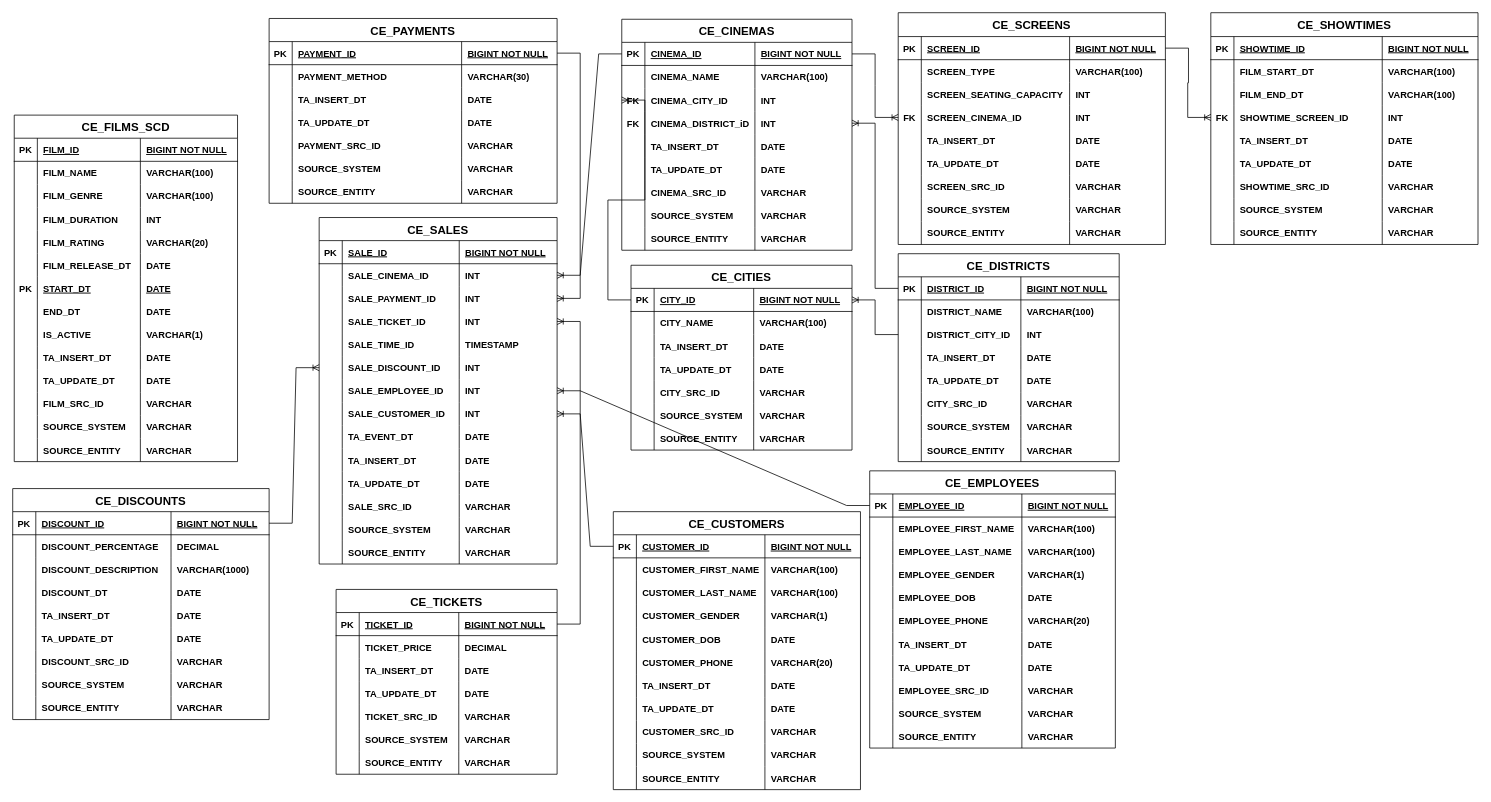
Before: ticket_sales_3NF.drawio in GiorgiEz/DB-modeling, a draw.io diagram. Source tidied: cells renumbered, new cells numbered last; positions are measured from the earlier drawing's top-left corner, leaving out a move shared by most shapes. Both pictures are drawn from the tidied source at 77%, with x=0, y=0 at pixel (12, 12).
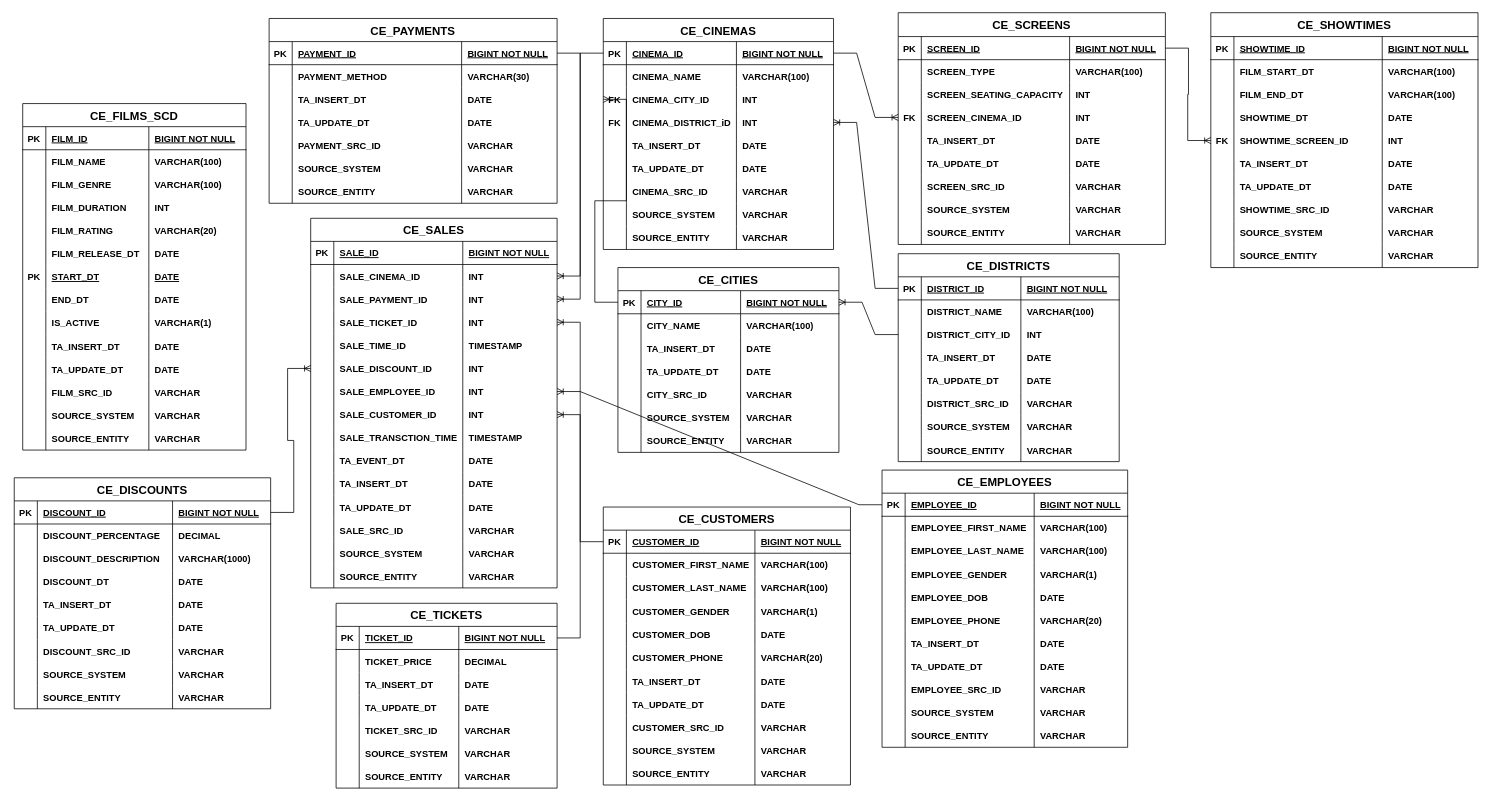
The same page after the edit.

Unchanged cells that the change refers to:
```xml
<mxCell id="171" style="shape=partialRectangle;fillColor=none;points=[[0,0.5],[1,0.5]];portConstraint=eastwest;top=0;left=0;right=0;bottom=1;" parent="170" vertex="1">
  <mxGeometry y="30" width="287" height="30" as="geometry" />
</mxCell>
<mxCell id="433" style="shape=partialRectangle;fillColor=none;top=0;left=0;right=0;bottom=0;" parent="412" vertex="1">
  <mxGeometry y="180" width="287" height="30" as="geometry" />
</mxCell>
```

What changed in the source:
```diff
@@
     <mxCell id="2" value="CE_FILMS_SCD" style="shape=table;startSize=30;childLayout=tableLayout;rowLines=0;fontStyle=1;align=center;fontSize=15;" parent="1" vertex="1">
-      <mxGeometry x="2" y="133" width="290" height="450" as="geometry" />
+      <mxGeometry x="13" y="118" width="290" height="450" as="geometry" />
     </mxCell>
@@
     <mxCell id="59" value="CE_CINEMAS" style="shape=table;startSize=30;childLayout=tableLayout;rowLines=0;fontStyle=1;align=center;fontSize=15;" parent="1" vertex="1">
-      <mxGeometry x="791" y="8.5" width="299" height="300" as="geometry" />
+      <mxGeometry x="767" y="7.5" width="299" height="300" as="geometry" />
     </mxCell>
@@
     <mxCell id="133" value="CE_DISCOUNTS" style="shape=table;startSize=30;childLayout=tableLayout;rowLines=0;fontStyle=1;align=center;fontSize=15;" parent="1" vertex="1">
-      <mxGeometry y="618" width="333" height="300" as="geometry" />
+      <mxGeometry x="2" y="604" width="333" height="300" as="geometry" />
     </mxCell>
@@
     <mxCell id="170" value="CE_TICKETS" style="shape=table;startSize=30;childLayout=tableLayout;rowLines=0;fontStyle=1;align=center;fontSize=15;" parent="1" vertex="1">
-      <mxGeometry x="420" y="749" width="287" height="240" as="geometry" />
+      <mxGeometry x="420" y="767" width="287" height="240" as="geometry" />
     </mxCell>
@@
     <mxCell id="228" value="CE_EMPLOYEES" style="shape=table;startSize=30;childLayout=tableLayout;rowLines=0;fontStyle=1;align=center;fontSize=15;" parent="1" vertex="1">
-      <mxGeometry x="1113" y="595" width="319" height="360" as="geometry" />
+      <mxGeometry x="1129" y="594" width="319" height="360" as="geometry" />
     </mxCell>
@@
     <mxCell id="273" value="CE_CUSTOMERS" style="shape=table;startSize=30;childLayout=tableLayout;rowLines=0;fontStyle=1;align=center;fontSize=15;" parent="1" vertex="1">
-      <mxGeometry x="780" y="648" width="321" height="361" as="geometry" />
+      <mxGeometry x="767" y="642" width="321" height="361" as="geometry" />
     </mxCell>
@@
     <mxCell id="318" value="CE_SALES" style="shape=table;startSize=30;childLayout=tableLayout;rowLines=0;fontStyle=1;align=center;fontSize=15;" parent="1" vertex="1">
-      <mxGeometry x="398" y="266" width="309" height="450" as="geometry" />
+      <mxGeometry x="387" y="267" width="320" height="480" as="geometry" />
     </mxCell>
     <mxCell id="319" style="shape=partialRectangle;fillColor=none;top=0;left=0;right=0;bottom=1;" parent="318" vertex="1">
-      <mxGeometry y="30" width="309" height="30" as="geometry" />
+      <mxGeometry y="30" width="320" height="30" as="geometry" />
     </mxCell>
@@
     <mxCell id="321" value="SALE_ID" style="shape=partialRectangle;overflow=hidden;fillColor=none;top=0;left=0;bottom=0;right=0;align=left;spacingLeft=6;fontStyle=5;" parent="319" vertex="1">
-      <mxGeometry x="30" width="151.9" height="30" as="geometry" />
+      <mxGeometry x="30" width="167.5" height="30" as="geometry" />
     </mxCell>
     <mxCell id="322" value="BIGINT NOT NULL" style="shape=partialRectangle;overflow=hidden;fillColor=none;top=0;left=0;bottom=0;right=0;align=left;spacingLeft=6;fontStyle=5;" parent="319" vertex="1">
-      <mxGeometry x="181.9" width="127.1" height="30" as="geometry" />
+      <mxGeometry x="197.5" width="122.5" height="30" as="geometry" />
     </mxCell>
     <mxCell id="323" style="shape=partialRectangle;fillColor=none;points=[[0,0.5],[1,0.5]];portConstraint=eastwest;top=0;left=0;right=0;bottom=0;" parent="318" vertex="1">
-      <mxGeometry y="60" width="309" height="30" as="geometry" />
+      <mxGeometry y="60" width="320" height="30" as="geometry" />
     </mxCell>
@@
     <mxCell id="325" value="SALE_CINEMA_ID" style="shape=partialRectangle;overflow=hidden;fillColor=none;top=0;left=0;bottom=0;right=0;align=left;spacingLeft=6;fontStyle=1;" parent="323" vertex="1">
-      <mxGeometry x="30" width="151.9" height="30" as="geometry" />
+      <mxGeometry x="30" width="167.5" height="30" as="geometry" />
     </mxCell>
     <mxCell id="326" value="INT" style="shape=partialRectangle;overflow=hidden;fillColor=none;top=0;left=0;bottom=0;right=0;align=left;spacingLeft=6;fontStyle=1;" parent="323" vertex="1">
-      <mxGeometry x="181.9" width="127.1" height="30" as="geometry" />
+      <mxGeometry x="197.5" width="122.5" height="30" as="geometry" />
     </mxCell>
     <mxCell id="327" style="shape=partialRectangle;fillColor=none;points=[[0,0.5],[1,0.5]];portConstraint=eastwest;top=0;left=0;right=0;bottom=0;" parent="318" vertex="1">
-      <mxGeometry y="90" width="309" height="30" as="geometry" />
+      <mxGeometry y="90" width="320" height="30" as="geometry" />
     </mxCell>
@@
     <mxCell id="329" value="SALE_PAYMENT_ID" style="shape=partialRectangle;overflow=hidden;fillColor=none;top=0;left=0;bottom=0;right=0;align=left;spacingLeft=6;fontStyle=1;" parent="327" vertex="1">
-      <mxGeometry x="30" width="151.9" height="30" as="geometry" />
+      <mxGeometry x="30" width="167.5" height="30" as="geometry" />
     </mxCell>
     <mxCell id="330" value="INT" style="shape=partialRectangle;overflow=hidden;fillColor=none;top=0;left=0;bottom=0;right=0;align=left;spacingLeft=6;fontStyle=1;" parent="327" vertex="1">
-      <mxGeometry x="181.9" width="127.1" height="30" as="geometry" />
+      <mxGeometry x="197.5" width="122.5" height="30" as="geometry" />
     </mxCell>
     <mxCell id="331" style="shape=partialRectangle;fillColor=none;points=[[0,0.5],[1,0.5]];portConstraint=eastwest;top=0;left=0;right=0;bottom=0;" parent="318" vertex="1">
-      <mxGeometry y="120" width="309" height="30" as="geometry" />
+      <mxGeometry y="120" width="320" height="30" as="geometry" />
     </mxCell>
@@
     <mxCell id="333" value="SALE_TICKET_ID" style="shape=partialRectangle;overflow=hidden;fillColor=none;top=0;left=0;bottom=0;right=0;align=left;spacingLeft=6;fontStyle=1;" parent="331" vertex="1">
-      <mxGeometry x="30" width="151.9" height="30" as="geometry" />
+      <mxGeometry x="30" width="167.5" height="30" as="geometry" />
     </mxCell>
     <mxCell id="334" value="INT" style="shape=partialRectangle;overflow=hidden;fillColor=none;top=0;left=0;bottom=0;right=0;align=left;spacingLeft=6;fontStyle=1;" parent="331" vertex="1">
-      <mxGeometry x="181.9" width="127.1" height="30" as="geometry" />
+      <mxGeometry x="197.5" width="122.5" height="30" as="geometry" />
     </mxCell>
     <mxCell id="335" style="shape=partialRectangle;fillColor=none;top=0;left=0;right=0;bottom=0;" parent="318" vertex="1">
-      <mxGeometry y="150" width="309" height="30" as="geometry" />
+      <mxGeometry y="150" width="320" height="30" as="geometry" />
     </mxCell>
@@
     <mxCell id="337" value="SALE_TIME_ID" style="shape=partialRectangle;overflow=hidden;fillColor=none;top=0;left=0;bottom=0;right=0;align=left;spacingLeft=6;fontStyle=1;" parent="335" vertex="1">
-      <mxGeometry x="30" width="151.9" height="30" as="geometry" />
+      <mxGeometry x="30" width="167.5" height="30" as="geometry" />
     </mxCell>
     <mxCell id="338" value="TIMESTAMP" style="shape=partialRectangle;overflow=hidden;fillColor=none;top=0;left=0;bottom=0;right=0;align=left;spacingLeft=6;fontStyle=1;" parent="335" vertex="1">
-      <mxGeometry x="181.9" width="127.1" height="30" as="geometry" />
+      <mxGeometry x="197.5" width="122.5" height="30" as="geometry" />
     </mxCell>
     <mxCell id="339" style="shape=partialRectangle;fillColor=none;points=[[0,0.5],[1,0.5]];portConstraint=eastwest;top=0;left=0;right=0;bottom=0;" parent="318" vertex="1">
-      <mxGeometry y="180" width="309" height="30" as="geometry" />
+      <mxGeometry y="180" width="320" height="30" as="geometry" />
     </mxCell>
@@
     <mxCell id="341" value="SALE_DISCOUNT_ID" style="shape=partialRectangle;overflow=hidden;fillColor=none;top=0;left=0;bottom=0;right=0;align=left;spacingLeft=6;fontStyle=1;" parent="339" vertex="1">
-      <mxGeometry x="30" width="151.9" height="30" as="geometry" />
+      <mxGeometry x="30" width="167.5" height="30" as="geometry" />
     </mxCell>
     <mxCell id="342" value="INT" style="shape=partialRectangle;overflow=hidden;fillColor=none;top=0;left=0;bottom=0;right=0;align=left;spacingLeft=6;fontStyle=1;" parent="339" vertex="1">
-      <mxGeometry x="181.9" width="127.1" height="30" as="geometry" />
+      <mxGeometry x="197.5" width="122.5" height="30" as="geometry" />
     </mxCell>
     <mxCell id="343" style="shape=partialRectangle;fillColor=none;points=[[0,0.5],[1,0.5]];portConstraint=eastwest;top=0;left=0;right=0;bottom=0;" parent="318" vertex="1">
-      <mxGeometry y="210" width="309" height="30" as="geometry" />
+      <mxGeometry y="210" width="320" height="30" as="geometry" />
     </mxCell>
@@
     <mxCell id="345" value="SALE_EMPLOYEE_ID" style="shape=partialRectangle;overflow=hidden;fillColor=none;top=0;left=0;bottom=0;right=0;align=left;spacingLeft=6;fontStyle=1;" parent="343" vertex="1">
-      <mxGeometry x="30" width="151.9" height="30" as="geometry" />
+      <mxGeometry x="30" width="167.5" height="30" as="geometry" />
     </mxCell>
     <mxCell id="346" value="INT" style="shape=partialRectangle;overflow=hidden;fillColor=none;top=0;left=0;bottom=0;right=0;align=left;spacingLeft=6;fontStyle=1;" parent="343" vertex="1">
-      <mxGeometry x="181.9" width="127.1" height="30" as="geometry" />
+      <mxGeometry x="197.5" width="122.5" height="30" as="geometry" />
     </mxCell>
     <mxCell id="347" style="shape=partialRectangle;fillColor=none;points=[[0,0.5],[1,0.5]];portConstraint=eastwest;top=0;left=0;right=0;bottom=0;" parent="318" vertex="1">
-      <mxGeometry y="240" width="309" height="30" as="geometry" />
+      <mxGeometry y="240" width="320" height="30" as="geometry" />
     </mxCell>
@@
     <mxCell id="349" value="SALE_CUSTOMER_ID" style="shape=partialRectangle;overflow=hidden;fillColor=none;top=0;left=0;bottom=0;right=0;align=left;spacingLeft=6;fontStyle=1;" parent="347" vertex="1">
-      <mxGeometry x="30" width="151.9" height="30" as="geometry" />
+      <mxGeometry x="30" width="167.5" height="30" as="geometry" />
     </mxCell>
     <mxCell id="350" value="INT" style="shape=partialRectangle;overflow=hidden;fillColor=none;top=0;left=0;bottom=0;right=0;align=left;spacingLeft=6;fontStyle=1;" parent="347" vertex="1">
-      <mxGeometry x="181.9" width="127.1" height="30" as="geometry" />
+      <mxGeometry x="197.5" width="122.5" height="30" as="geometry" />
     </mxCell>
+    <mxCell id="485" style="shape=partialRectangle;fillColor=none;top=0;left=0;right=0;bottom=0;" parent="318" vertex="1">
+      <mxGeometry y="270" width="320" height="30" as="geometry" />
+    </mxCell>
+    <mxCell id="486" style="shape=partialRectangle;overflow=hidden;fillColor=none;top=0;left=0;bottom=0;right=0;" parent="485" vertex="1">
+      <mxGeometry width="30" height="30" as="geometry" />
+    </mxCell>
+    <mxCell id="487" value="SALE_TRANSCTION_TIME" style="shape=partialRectangle;overflow=hidden;fillColor=none;top=0;left=0;bottom=0;right=0;align=left;spacingLeft=6;fontStyle=1;" parent="485" vertex="1">
+      <mxGeometry x="30" width="167.5" height="30" as="geometry" />
+    </mxCell>
+    <mxCell id="488" value="TIMESTAMP" style="shape=partialRectangle;overflow=hidden;fillColor=none;top=0;left=0;bottom=0;right=0;align=left;spacingLeft=6;fontStyle=1;" parent="485" vertex="1">
+      <mxGeometry x="197.5" width="122.5" height="30" as="geometry" />
+    </mxCell>
     <mxCell id="351" style="shape=partialRectangle;fillColor=none;top=0;left=0;right=0;bottom=0;" parent="318" vertex="1">
-      <mxGeometry y="270" width="309" height="30" as="geometry" />
+      <mxGeometry y="300" width="320" height="30" as="geometry" />
     </mxCell>
@@
     <mxCell id="353" value="TA_EVENT_DT" style="shape=partialRectangle;overflow=hidden;fillColor=none;top=0;left=0;bottom=0;right=0;align=left;spacingLeft=6;fontStyle=1;" parent="351" vertex="1">
-      <mxGeometry x="30" width="151.9" height="30" as="geometry" />
+      <mxGeometry x="30" width="167.5" height="30" as="geometry" />
     </mxCell>
     <mxCell id="354" value="DATE" style="shape=partialRectangle;overflow=hidden;fillColor=none;top=0;left=0;bottom=0;right=0;align=left;spacingLeft=6;fontStyle=1;" parent="351" vertex="1">
-      <mxGeometry x="181.9" width="127.1" height="30" as="geometry" />
+      <mxGeometry x="197.5" width="122.5" height="30" as="geometry" />
     </mxCell>
     <mxCell id="355" style="shape=partialRectangle;fillColor=none;top=0;left=0;right=0;bottom=0;" parent="318" vertex="1">
-      <mxGeometry y="300" width="309" height="30" as="geometry" />
+      <mxGeometry y="330" width="320" height="30" as="geometry" />
     </mxCell>
@@
     <mxCell id="357" value="TA_INSERT_DT" style="shape=partialRectangle;overflow=hidden;fillColor=none;top=0;left=0;bottom=0;right=0;align=left;spacingLeft=6;fontStyle=1;" parent="355" vertex="1">
-      <mxGeometry x="30" width="151.9" height="30" as="geometry" />
+      <mxGeometry x="30" width="167.5" height="30" as="geometry" />
     </mxCell>
     <mxCell id="358" value="DATE" style="shape=partialRectangle;overflow=hidden;fillColor=none;top=0;left=0;bottom=0;right=0;align=left;spacingLeft=6;fontStyle=1;" parent="355" vertex="1">
-      <mxGeometry x="181.9" width="127.1" height="30" as="geometry" />
+      <mxGeometry x="197.5" width="122.5" height="30" as="geometry" />
     </mxCell>
     <mxCell id="359" style="shape=partialRectangle;fillColor=none;top=0;left=0;right=0;bottom=0;" parent="318" vertex="1">
-      <mxGeometry y="330" width="309" height="30" as="geometry" />
+      <mxGeometry y="360" width="320" height="30" as="geometry" />
     </mxCell>
@@
     <mxCell id="361" value="TA_UPDATE_DT" style="shape=partialRectangle;overflow=hidden;fillColor=none;top=0;left=0;bottom=0;right=0;align=left;spacingLeft=6;fontStyle=1;" parent="359" vertex="1">
-      <mxGeometry x="30" width="151.9" height="30" as="geometry" />
+      <mxGeometry x="30" width="167.5" height="30" as="geometry" />
     </mxCell>
     <mxCell id="362" value="DATE" style="shape=partialRectangle;overflow=hidden;fillColor=none;top=0;left=0;bottom=0;right=0;align=left;spacingLeft=6;fontStyle=1;" parent="359" vertex="1">
-      <mxGeometry x="181.9" width="127.1" height="30" as="geometry" />
+      <mxGeometry x="197.5" width="122.5" height="30" as="geometry" />
     </mxCell>
     <mxCell id="363" style="shape=partialRectangle;fillColor=none;top=0;left=0;right=0;bottom=0;" parent="318" vertex="1">
-      <mxGeometry y="360" width="309" height="30" as="geometry" />
+      <mxGeometry y="390" width="320" height="30" as="geometry" />
     </mxCell>
@@
     <mxCell id="365" value="SALE_SRC_ID" style="shape=partialRectangle;overflow=hidden;fillColor=none;top=0;left=0;bottom=0;right=0;align=left;spacingLeft=6;fontStyle=1;" parent="363" vertex="1">
-      <mxGeometry x="30" width="151.9" height="30" as="geometry" />
+      <mxGeometry x="30" width="167.5" height="30" as="geometry" />
     </mxCell>
     <mxCell id="366" value="VARCHAR" style="shape=partialRectangle;overflow=hidden;fillColor=none;top=0;left=0;bottom=0;right=0;align=left;spacingLeft=6;fontStyle=1;" parent="363" vertex="1">
-      <mxGeometry x="181.9" width="127.1" height="30" as="geometry" />
+      <mxGeometry x="197.5" width="122.5" height="30" as="geometry" />
     </mxCell>
     <mxCell id="367" style="shape=partialRectangle;fillColor=none;top=0;left=0;right=0;bottom=0;" parent="318" vertex="1">
-      <mxGeometry y="390" width="309" height="30" as="geometry" />
+      <mxGeometry y="420" width="320" height="30" as="geometry" />
     </mxCell>
@@
     <mxCell id="369" value="SOURCE_SYSTEM" style="shape=partialRectangle;overflow=hidden;fillColor=none;top=0;left=0;bottom=0;right=0;align=left;spacingLeft=6;fontStyle=1;" parent="367" vertex="1">
-      <mxGeometry x="30" width="151.9" height="30" as="geometry" />
+      <mxGeometry x="30" width="167.5" height="30" as="geometry" />
     </mxCell>
     <mxCell id="370" value="VARCHAR" style="shape=partialRectangle;overflow=hidden;fillColor=none;top=0;left=0;bottom=0;right=0;align=left;spacingLeft=6;fontStyle=1;" parent="367" vertex="1">
-      <mxGeometry x="181.9" width="127.1" height="30" as="geometry" />
+      <mxGeometry x="197.5" width="122.5" height="30" as="geometry" />
     </mxCell>
     <mxCell id="371" style="shape=partialRectangle;fillColor=none;top=0;left=0;right=0;bottom=0;" parent="318" vertex="1">
-      <mxGeometry y="420" width="309" height="30" as="geometry" />
+      <mxGeometry y="450" width="320" height="30" as="geometry" />
     </mxCell>
@@
     <mxCell id="373" value="SOURCE_ENTITY" style="shape=partialRectangle;overflow=hidden;fillColor=none;top=0;left=0;bottom=0;right=0;align=left;spacingLeft=6;fontStyle=1;" parent="371" vertex="1">
-      <mxGeometry x="30" width="151.9" height="30" as="geometry" />
+      <mxGeometry x="30" width="167.5" height="30" as="geometry" />
     </mxCell>
     <mxCell id="374" value="VARCHAR" style="shape=partialRectangle;overflow=hidden;fillColor=none;top=0;left=0;bottom=0;right=0;align=left;spacingLeft=6;fontStyle=1;" parent="371" vertex="1">
-      <mxGeometry x="181.9" width="127.1" height="30" as="geometry" />
+      <mxGeometry x="197.5" width="122.5" height="30" as="geometry" />
     </mxCell>
@@
-    <mxCell id="377" style="edgeStyle=entityRelationEdgeStyle;fontSize=12;html=1;endArrow=ERoneToMany;rounded=0;entryX=1;entryY=0.5;entryDx=0;entryDy=0;exitX=1;exitY=0.5;exitDx=0;exitDy=0;" parent="1" edge="1" source="171" target="331">
+    <mxCell id="377" style="edgeStyle=entityRelationEdgeStyle;fontSize=12;html=1;endArrow=ERoneToMany;rounded=0;exitX=1;exitY=0.5;exitDx=0;exitDy=0;" parent="1" edge="1" source="171" target="331">
       <mxGeometry relative="1" as="geometry">
         <Array as="points">
           <mxPoint x="229" y="472" />
           <mxPoint x="293" y="507" />
           <mxPoint x="208" y="480" />
           <mxPoint x="207" y="477" />
         </Array>
       </mxGeometry>
     </mxCell>
@@
     <mxCell id="382" value="CE_CITIES" style="shape=table;startSize=30;childLayout=tableLayout;rowLines=0;fontStyle=1;align=center;fontSize=15;" parent="1" vertex="1">
-      <mxGeometry x="803" y="328" width="287" height="240" as="geometry" />
+      <mxGeometry x="786" y="331" width="287" height="240" as="geometry" />
     </mxCell>
@@
-    <mxCell id="435" value="CITY_SRC_ID" style="shape=partialRectangle;overflow=hidden;fillColor=none;top=0;left=0;bottom=0;right=0;align=left;spacingLeft=6;fontStyle=1;" parent="433" vertex="1">
+    <mxCell id="435" value="DISTRICT_SRC_ID" style="shape=partialRectangle;overflow=hidden;fillColor=none;top=0;left=0;bottom=0;right=0;align=left;spacingLeft=6;fontStyle=1;" parent="433" vertex="1">
       <mxGeometry x="30" width="129.3" height="30" as="geometry" />
     </mxCell>
@@
     <mxCell id="446" value="CE_SHOWTIMES" style="shape=table;startSize=31;childLayout=tableLayout;rowLines=0;fontStyle=1;align=center;fontSize=15;" parent="1" vertex="1">
-      <mxGeometry x="1556" width="347" height="301" as="geometry" />
+      <mxGeometry x="1556" width="347" height="331" as="geometry" />
     </mxCell>
@@
+    <mxCell id="489" style="shape=partialRectangle;fillColor=none;top=0;left=0;right=0;bottom=0;" parent="446" vertex="1">
+      <mxGeometry y="121" width="347" height="30" as="geometry" />
+    </mxCell>
+    <mxCell id="490" style="shape=partialRectangle;overflow=hidden;fillColor=none;top=0;left=0;bottom=0;right=0;" parent="489" vertex="1">
+      <mxGeometry width="30" height="30" as="geometry" />
+    </mxCell>
+    <mxCell id="491" value="SHOWTIME_DT" style="shape=partialRectangle;overflow=hidden;fillColor=none;top=0;left=0;bottom=0;right=0;align=left;spacingLeft=6;fontStyle=1;" parent="489" vertex="1">
+      <mxGeometry x="30" width="192.6" height="30" as="geometry" />
+    </mxCell>
+    <mxCell id="492" value="DATE" style="shape=partialRectangle;overflow=hidden;fillColor=none;top=0;left=0;bottom=0;right=0;align=left;spacingLeft=6;fontStyle=1;" parent="489" vertex="1">
+      <mxGeometry x="222.6" width="124.4" height="30" as="geometry" />
+    </mxCell>
     <mxCell id="459" style="shape=partialRectangle;fillColor=none;points=[[0,0.5],[1,0.5]];portConstraint=eastwest;top=0;left=0;right=0;bottom=0;" parent="446" vertex="1">
-      <mxGeometry y="121" width="347" height="30" as="geometry" />
+      <mxGeometry y="151" width="347" height="30" as="geometry" />
     </mxCell>
@@
     <mxCell id="463" style="shape=partialRectangle;fillColor=none;top=0;left=0;right=0;bottom=0;" parent="446" vertex="1">
-      <mxGeometry y="151" width="347" height="30" as="geometry" />
+      <mxGeometry y="181" width="347" height="30" as="geometry" />
     </mxCell>
@@
     <mxCell id="467" style="shape=partialRectangle;fillColor=none;top=0;left=0;right=0;bottom=0;" parent="446" vertex="1">
-      <mxGeometry y="181" width="347" height="30" as="geometry" />
+      <mxGeometry y="211" width="347" height="30" as="geometry" />
     </mxCell>
@@
     <mxCell id="471" style="shape=partialRectangle;fillColor=none;top=0;left=0;right=0;bottom=0;" parent="446" vertex="1">
-      <mxGeometry y="211" width="347" height="30" as="geometry" />
+      <mxGeometry y="241" width="347" height="30" as="geometry" />
     </mxCell>
@@
     <mxCell id="475" style="shape=partialRectangle;fillColor=none;top=0;left=0;right=0;bottom=0;" parent="446" vertex="1">
-      <mxGeometry y="241" width="347" height="30" as="geometry" />
+      <mxGeometry y="271" width="347" height="30" as="geometry" />
     </mxCell>
@@
     <mxCell id="479" style="shape=partialRectangle;fillColor=none;top=0;left=0;right=0;bottom=0;" parent="446" vertex="1">
-      <mxGeometry y="271" width="347" height="30" as="geometry" />
+      <mxGeometry y="301" width="347" height="30" as="geometry" />
     </mxCell>
```
